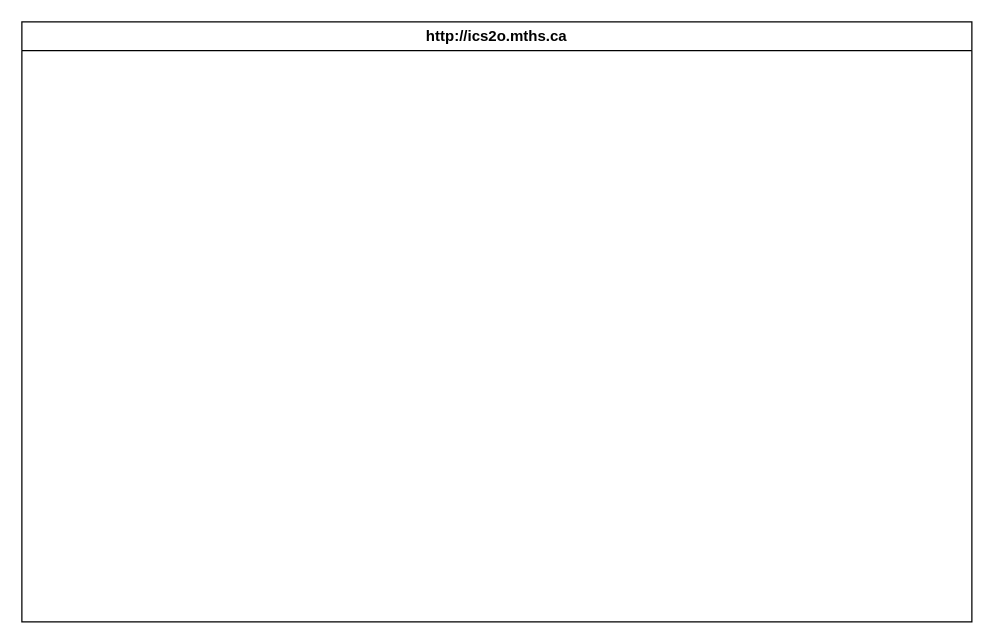
Before: design/storyboard.drawio in MTHS-ICD2O-1-2023/ICD2O-Unit-3-02-manya-feng, a draw.io diagram. Source tidied: cells renumbered, new cells numbered last; positions are measured from the earlier drawing's top-left corner, leaving out a move shared by most shapes. Both pictures are drawn from the tidied source at 125%, with x=0, y=0 at pixel (21, 21).
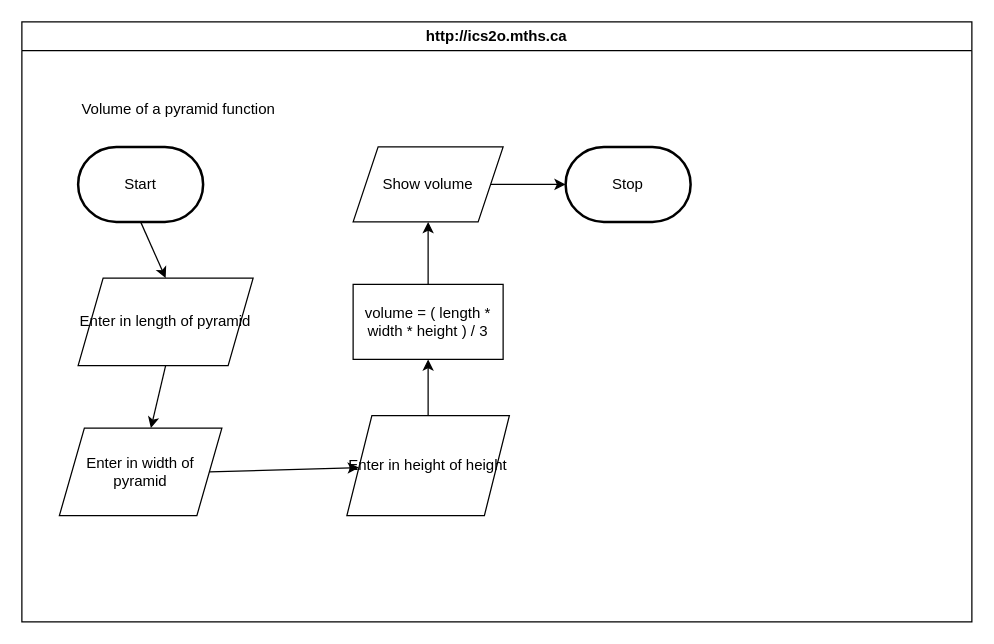
Above is the later version.

The edit, as a diff of the source:
```diff
@@
 <mxGraphModel>
   <root>
     <mxCell id="0" />
     <mxCell id="1" parent="0" />
     <mxCell id="2" value="http://ics2o.mths.ca" style="swimlane;whiteSpace=wrap;html=1;" parent="1" vertex="1">
       <mxGeometry width="760" height="480" as="geometry" />
     </mxCell>
+    <mxCell id="3" style="edgeStyle=none;html=1;exitX=0.5;exitY=1;exitDx=0;exitDy=0;exitPerimeter=0;entryX=0.5;entryY=0;entryDx=0;entryDy=0;" parent="2" edge="1" source="4" target="9">
+      <mxGeometry relative="1" as="geometry" />
+    </mxCell>
+    <mxCell id="4" value="Start" style="strokeWidth=2;html=1;shape=mxgraph.flowchart.terminator;whiteSpace=wrap;" parent="2" vertex="1">
+      <mxGeometry x="45" y="100" width="100" height="60" as="geometry" />
+    </mxCell>
+    <mxCell id="5" style="edgeStyle=none;html=1;exitX=1;exitY=0.5;exitDx=0;exitDy=0;" parent="2" edge="1" source="6" target="7">
+      <mxGeometry relative="1" as="geometry" />
+    </mxCell>
+    <mxCell id="6" value="Enter in width of pyramid" style="shape=parallelogram;perimeter=parallelogramPerimeter;whiteSpace=wrap;html=1;fixedSize=1;" parent="2" vertex="1">
+      <mxGeometry x="30" y="325" width="130" height="70" as="geometry" />
+    </mxCell>
+    <mxCell id="7" value="Enter in height of height" style="shape=parallelogram;perimeter=parallelogramPerimeter;whiteSpace=wrap;html=1;fixedSize=1;" parent="2" vertex="1">
+      <mxGeometry x="260" y="315" width="130" height="80" as="geometry" />
+    </mxCell>
+    <mxCell id="8" style="edgeStyle=none;html=1;exitX=0.5;exitY=1;exitDx=0;exitDy=0;" parent="2" edge="1" source="9" target="6">
+      <mxGeometry relative="1" as="geometry" />
+    </mxCell>
+    <mxCell id="9" value="Enter in length of pyramid" style="shape=parallelogram;perimeter=parallelogramPerimeter;whiteSpace=wrap;html=1;fixedSize=1;" parent="2" vertex="1">
+      <mxGeometry x="45" y="205" width="140" height="70" as="geometry" />
+    </mxCell>
+    <mxCell id="10" value="Volume of a pyramid function" style="text;html=1;align=center;verticalAlign=middle;strokeColor=none;fillColor=none;" parent="2" vertex="1">
+      <mxGeometry x="35" y="55" width="180" height="30" as="geometry" />
+    </mxCell>
+    <mxCell id="11" style="edgeStyle=none;html=1;exitX=1;exitY=0.5;exitDx=0;exitDy=0;entryX=0;entryY=0.5;entryDx=0;entryDy=0;entryPerimeter=0;" parent="2" edge="1" source="12" target="13">
+      <mxGeometry relative="1" as="geometry" />
+    </mxCell>
+    <mxCell id="12" value="Show volume" style="shape=parallelogram;perimeter=parallelogramPerimeter;whiteSpace=wrap;html=1;fixedSize=1;" parent="2" vertex="1">
+      <mxGeometry x="265" y="100" width="120" height="60" as="geometry" />
+    </mxCell>
+    <mxCell id="13" value="Stop" style="strokeWidth=2;html=1;shape=mxgraph.flowchart.terminator;whiteSpace=wrap;" parent="2" vertex="1">
+      <mxGeometry x="435" y="100" width="100" height="60" as="geometry" />
+    </mxCell>
+    <mxCell id="14" value="volume = ( length * width * height ) / 3" style="rounded=0;whiteSpace=wrap;html=1;" parent="2" vertex="1">
+      <mxGeometry x="265" y="210" width="120" height="60" as="geometry" />
+    </mxCell>
+    <mxCell id="15" style="edgeStyle=none;html=1;exitX=0.5;exitY=0;exitDx=0;exitDy=0;" parent="2" edge="1" source="7" target="14">
+      <mxGeometry relative="1" as="geometry" />
+    </mxCell>
+    <mxCell id="16" style="edgeStyle=none;html=1;exitX=0.5;exitY=0;exitDx=0;exitDy=0;entryX=0.5;entryY=1;entryDx=0;entryDy=0;" parent="2" edge="1" source="14" target="12">
+      <mxGeometry relative="1" as="geometry" />
+    </mxCell>
   </root>
 </mxGraphModel>
```
